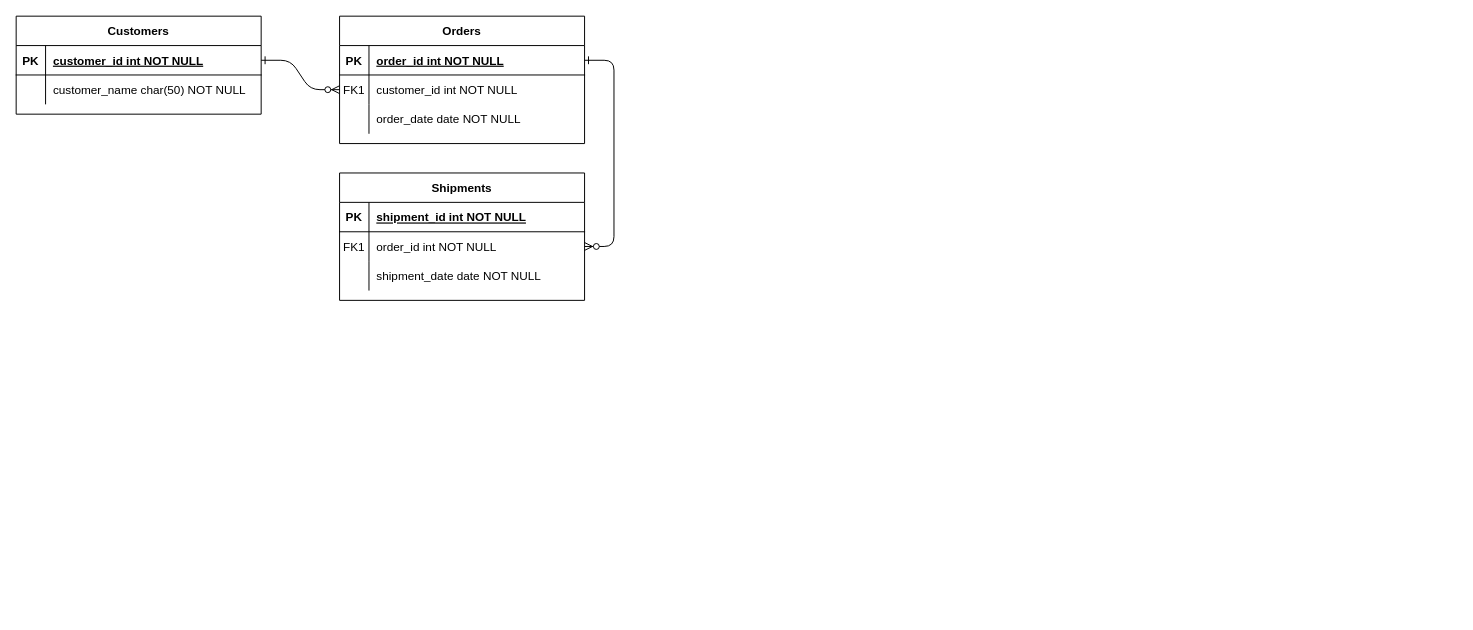
RickChum/web-project keeps this draw.io diagram as Untitled Diagram.drawio. Above is the earlier version. Source tidied: cells renumbered, new cells numbered last; positions are measured from the earlier drawing's top-left corner, leaving out a move shared by most shapes. Both pictures are drawn from the tidied source at 98%, with x=0, y=0 at pixel (16, 16).
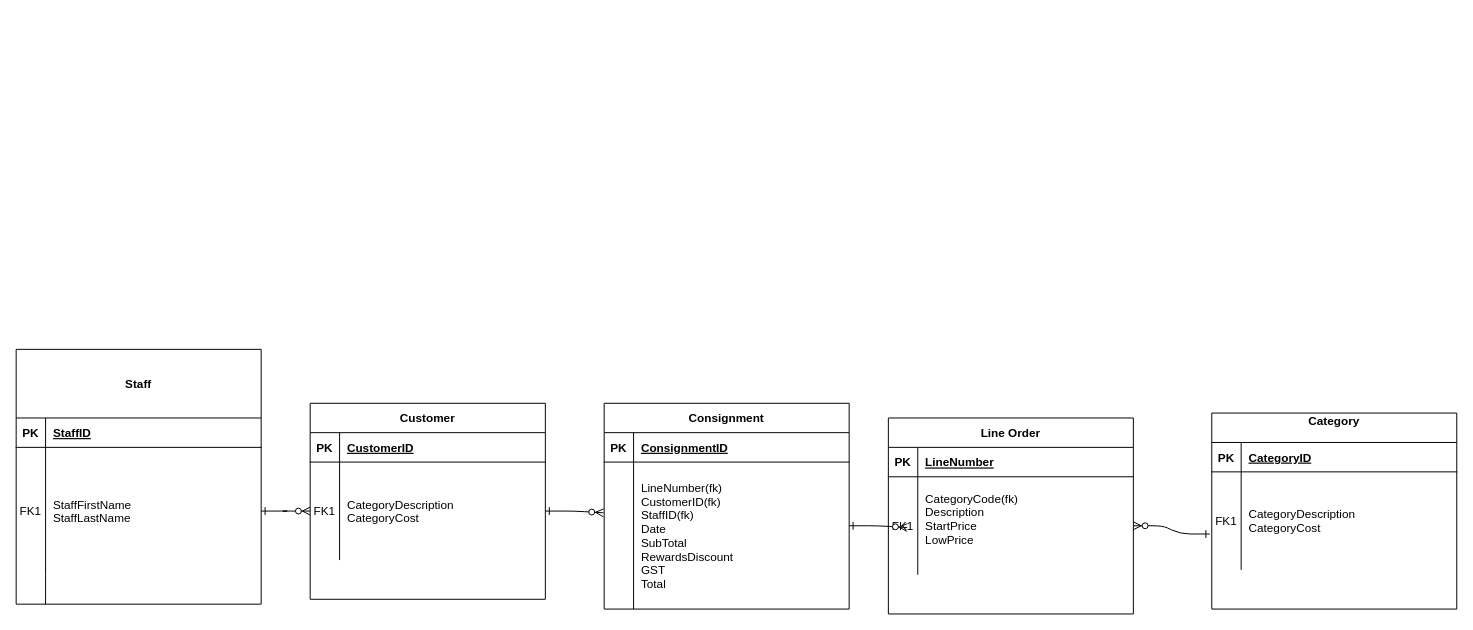
After the change.

The change refers to these unchanged cells:
```xml
<mxCell id="5" style="shape=partialRectangle;fillColor=none;points=[[0,0.5],[1,0.5]];portConstraint=eastwest;top=0;left=0;right=0;bottom=1;" parent="4" vertex="1">
  <mxGeometry y="30" width="250" height="30" as="geometry" />
</mxCell>
<mxCell id="25" style="shape=partialRectangle;fillColor=none;points=[[0,0.5],[1,0.5]];portConstraint=eastwest;top=0;left=0;right=0;bottom=1;" parent="24" vertex="1">
  <mxGeometry y="30" width="250" height="30" as="geometry" />
</mxCell>
```

Diff of the diagram source:
```diff
@@
-    <mxCell id="2" style="edgeStyle=entityRelationEdgeStyle;endArrow=ERzeroToMany;startArrow=ERone;endFill=1;startFill=0;" parent="1" edge="1" source="25" target="8">
+    <mxCell id="2" style="edgeStyle=entityRelationEdgeStyle;endArrow=ERzeroToMany;startArrow=ERone;endFill=1;startFill=0;exitX=1;exitY=0.5;exitDx=0;exitDy=0;entryX=-0.003;entryY=0.345;entryDx=0;entryDy=0;entryPerimeter=0;" parent="1" edge="1" source="42" target="28">
       <mxGeometry relative="1" as="geometry" />
     </mxCell>
-    <mxCell id="3" style="edgeStyle=entityRelationEdgeStyle;endArrow=ERzeroToMany;startArrow=ERone;endFill=1;startFill=0;" parent="1" edge="1" source="5" target="18">
-      <mxGeometry relative="1" as="geometry" />
-    </mxCell>
-    <mxCell id="4" value="Orders" style="shape=table;startSize=30;childLayout=tableLayout;rowLines=0;fontStyle=1;align=center;" parent="1" vertex="1">
-      <mxGeometry x="330" width="250" height="130" as="geometry" />
+    <mxCell id="4" value="Line Order" style="shape=table;startSize=30;childLayout=tableLayout;rowLines=0;fontStyle=1;align=center;" parent="1" vertex="1">
+      <mxGeometry x="890" y="410" width="250" height="200" as="geometry" />
     </mxCell>
@@
-    <mxCell id="7" value="order_id int NOT NULL " style="shape=partialRectangle;overflow=hidden;fillColor=none;top=0;left=0;bottom=0;right=0;align=left;spacingLeft=6;fontStyle=5;" parent="5" vertex="1">
+    <mxCell id="7" value="LineNumber" style="shape=partialRectangle;overflow=hidden;fillColor=none;top=0;left=0;bottom=0;right=0;align=left;spacingLeft=6;fontStyle=5;" parent="5" vertex="1">
       <mxGeometry x="30" width="220" height="30" as="geometry" />
     </mxCell>
     <mxCell id="8" style="shape=partialRectangle;fillColor=none;points=[[0,0.5],[1,0.5]];portConstraint=eastwest;top=0;left=0;right=0;bottom=0;" parent="4" vertex="1">
-      <mxGeometry y="60" width="250" height="30" as="geometry" />
+      <mxGeometry y="60" width="250" height="100" as="geometry" />
     </mxCell>
     <mxCell id="9" value="FK1" style="shape=partialRectangle;overflow=hidden;fillColor=none;top=0;left=0;bottom=0;right=0;" parent="8" vertex="1">
-      <mxGeometry width="30" height="30" as="geometry" />
+      <mxGeometry width="30" height="100" as="geometry" />
     </mxCell>
-    <mxCell id="10" value="customer_id int NOT NULL" style="shape=partialRectangle;overflow=hidden;fillColor=none;top=0;left=0;bottom=0;right=0;align=left;spacingLeft=6;" parent="8" vertex="1">
-      <mxGeometry x="30" width="220" height="30" as="geometry" />
+    <mxCell id="10" value="CategoryCode(fk)&#10;Description&#10;StartPrice&#10;LowPrice&#10;" style="shape=partialRectangle;overflow=hidden;fillColor=none;top=0;left=0;bottom=0;right=0;align=left;spacingLeft=6;" parent="8" vertex="1">
+      <mxGeometry x="30" width="220" height="100" as="geometry" />
     </mxCell>
-    <mxCell id="11" style="shape=partialRectangle;fillColor=none;top=0;left=0;right=0;bottom=0;" parent="4" vertex="1">
-      <mxGeometry y="90" width="250" height="30" as="geometry" />
-    </mxCell>
-    <mxCell id="12" style="shape=partialRectangle;overflow=hidden;fillColor=none;top=0;left=0;bottom=0;right=0;" parent="11" vertex="1">
-      <mxGeometry width="30" height="30" as="geometry" />
-    </mxCell>
-    <mxCell id="13" value="order_date date NOT NULL" style="shape=partialRectangle;overflow=hidden;fillColor=none;top=0;left=0;bottom=0;right=0;align=left;spacingLeft=6;" parent="11" vertex="1">
-      <mxGeometry x="30" width="220" height="30" as="geometry" />
-    </mxCell>
-    <mxCell id="14" value="Shipments" style="shape=table;startSize=30;childLayout=tableLayout;rowLines=0;fontStyle=1;align=center;" parent="1" vertex="1">
-      <mxGeometry x="330" y="160" width="250" height="130" as="geometry" />
+    <mxCell id="14" value="Staff" style="shape=table;startSize=70;childLayout=tableLayout;rowLines=0;fontStyle=1;align=center;" parent="1" vertex="1">
+      <mxGeometry y="340" width="250" height="260" as="geometry" />
     </mxCell>
     <mxCell id="15" style="shape=partialRectangle;fillColor=none;top=0;left=0;right=0;bottom=1;" parent="14" vertex="1">
-      <mxGeometry y="30" width="250" height="30" as="geometry" />
+      <mxGeometry y="70" width="250" height="30" as="geometry" />
     </mxCell>
@@
-    <mxCell id="17" value="shipment_id int NOT NULL " style="shape=partialRectangle;overflow=hidden;fillColor=none;top=0;left=0;bottom=0;right=0;align=left;spacingLeft=6;fontStyle=5;" parent="15" vertex="1">
+    <mxCell id="17" value="StaffID" style="shape=partialRectangle;overflow=hidden;fillColor=none;top=0;left=0;bottom=0;right=0;align=left;spacingLeft=6;fontStyle=5;" parent="15" vertex="1">
       <mxGeometry x="30" width="220" height="30" as="geometry" />
     </mxCell>
     <mxCell id="18" style="shape=partialRectangle;fillColor=none;points=[[0,0.5],[1,0.5]];portConstraint=eastwest;top=0;left=0;right=0;bottom=0;" parent="14" vertex="1">
-      <mxGeometry y="60" width="250" height="30" as="geometry" />
+      <mxGeometry y="100" width="250" height="130" as="geometry" />
     </mxCell>
     <mxCell id="19" value="FK1" style="shape=partialRectangle;overflow=hidden;fillColor=none;top=0;left=0;bottom=0;right=0;" parent="18" vertex="1">
-      <mxGeometry width="30" height="30" as="geometry" />
+      <mxGeometry width="30" height="130" as="geometry" />
     </mxCell>
-    <mxCell id="20" value="order_id int NOT NULL" style="shape=partialRectangle;overflow=hidden;fillColor=none;top=0;left=0;bottom=0;right=0;align=left;spacingLeft=6;" parent="18" vertex="1">
-      <mxGeometry x="30" width="220" height="30" as="geometry" />
+    <mxCell id="20" value="StaffFirstName&#10;StaffLastName" style="shape=partialRectangle;overflow=hidden;fillColor=none;top=0;left=0;bottom=0;right=0;align=left;spacingLeft=6;" parent="18" vertex="1">
+      <mxGeometry x="30" width="220" height="130" as="geometry" />
     </mxCell>
     <mxCell id="21" style="shape=partialRectangle;fillColor=none;top=0;left=0;right=0;bottom=0;" parent="14" vertex="1">
-      <mxGeometry y="90" width="250" height="30" as="geometry" />
+      <mxGeometry y="230" width="250" height="30" as="geometry" />
     </mxCell>
@@
-    <mxCell id="23" value="shipment_date date NOT NULL" style="shape=partialRectangle;overflow=hidden;fillColor=none;top=0;left=0;bottom=0;right=0;align=left;spacingLeft=6;" parent="21" vertex="1">
+    <mxCell id="23" style="shape=partialRectangle;overflow=hidden;fillColor=none;top=0;left=0;bottom=0;right=0;align=left;spacingLeft=6;" parent="21" vertex="1">
       <mxGeometry x="30" width="220" height="30" as="geometry" />
     </mxCell>
-    <mxCell id="24" value="Customers" style="shape=table;startSize=30;childLayout=tableLayout;rowLines=0;fontStyle=1;align=center;" parent="1" vertex="1">
-      <mxGeometry width="250" height="100" as="geometry" />
+    <mxCell id="24" value="Consignment" style="shape=table;startSize=30;childLayout=tableLayout;rowLines=0;fontStyle=1;align=center;" parent="1" vertex="1">
+      <mxGeometry x="600" y="395" width="250" height="210" as="geometry" />
     </mxCell>
@@
-    <mxCell id="27" value="customer_id int NOT NULL " style="shape=partialRectangle;overflow=hidden;fillColor=none;top=0;left=0;bottom=0;right=0;align=left;spacingLeft=6;fontStyle=5;" parent="25" vertex="1">
+    <mxCell id="27" value="ConsignmentID" style="shape=partialRectangle;overflow=hidden;fillColor=none;top=0;left=0;bottom=0;right=0;align=left;spacingLeft=6;fontStyle=5;" parent="25" vertex="1">
       <mxGeometry x="30" width="220" height="30" as="geometry" />
     </mxCell>
     <mxCell id="28" style="shape=partialRectangle;fillColor=none;points=[[0,0.5],[1,0.5]];portConstraint=eastwest;top=0;left=0;right=0;bottom=0;" parent="24" vertex="1">
-      <mxGeometry y="60" width="250" height="30" as="geometry" />
+      <mxGeometry y="60" width="250" height="150" as="geometry" />
     </mxCell>
     <mxCell id="29" style="shape=partialRectangle;overflow=hidden;fillColor=none;top=0;left=0;bottom=0;right=0;" parent="28" vertex="1">
-      <mxGeometry width="30" height="30" as="geometry" />
+      <mxGeometry width="30" height="150" as="geometry" />
     </mxCell>
-    <mxCell id="30" value="customer_name char(50) NOT NULL" style="shape=partialRectangle;overflow=hidden;fillColor=none;top=0;left=0;bottom=0;right=0;align=left;spacingLeft=6;" parent="28" vertex="1">
-      <mxGeometry x="30" width="220" height="30" as="geometry" />
+    <mxCell id="30" value="LineNumber(fk)&#10;CustomerID(fk)&#10;StaffID(fk)&#10;Date&#10;SubTotal&#10;RewardsDiscount&#10;GST&#10;Total" style="shape=partialRectangle;overflow=hidden;fillColor=none;top=0;left=0;bottom=0;right=0;align=left;spacingLeft=6;" parent="28" vertex="1">
+      <mxGeometry x="30" width="220" height="150" as="geometry" />
     </mxCell>
+    <mxCell id="31" value="Category&#10;" style="shape=table;startSize=30;childLayout=tableLayout;rowLines=0;fontStyle=1;align=center;" parent="1" vertex="1">
+      <mxGeometry x="1220" y="405" width="250" height="200" as="geometry" />
+    </mxCell>
+    <mxCell id="32" style="shape=partialRectangle;fillColor=none;top=0;left=0;right=0;bottom=1;" parent="31" vertex="1">
+      <mxGeometry y="30" width="250" height="30" as="geometry" />
+    </mxCell>
+    <mxCell id="33" value="PK" style="shape=partialRectangle;overflow=hidden;fillColor=none;top=0;left=0;bottom=0;right=0;fontStyle=1;" parent="32" vertex="1">
+      <mxGeometry width="30" height="30" as="geometry" />
+    </mxCell>
+    <mxCell id="34" value="CategoryID" style="shape=partialRectangle;overflow=hidden;fillColor=none;top=0;left=0;bottom=0;right=0;align=left;spacingLeft=6;fontStyle=5;" parent="32" vertex="1">
+      <mxGeometry x="30" width="220" height="30" as="geometry" />
+    </mxCell>
+    <mxCell id="35" style="shape=partialRectangle;fillColor=none;points=[[0,0.5],[1,0.5]];portConstraint=eastwest;top=0;left=0;right=0;bottom=0;" parent="31" vertex="1">
+      <mxGeometry y="60" width="250" height="100" as="geometry" />
+    </mxCell>
+    <mxCell id="36" value="FK1" style="shape=partialRectangle;overflow=hidden;fillColor=none;top=0;left=0;bottom=0;right=0;" parent="35" vertex="1">
+      <mxGeometry width="30" height="100" as="geometry" />
+    </mxCell>
+    <mxCell id="37" value="CategoryDescription&#10;CategoryCost" style="shape=partialRectangle;overflow=hidden;fillColor=none;top=0;left=0;bottom=0;right=0;align=left;spacingLeft=6;" parent="35" vertex="1">
+      <mxGeometry x="30" width="220" height="100" as="geometry" />
+    </mxCell>
+    <mxCell id="38" value="Customer" style="shape=table;startSize=30;childLayout=tableLayout;rowLines=0;fontStyle=1;align=center;" parent="1" vertex="1">
+      <mxGeometry x="300" y="395" width="240" height="200" as="geometry" />
+    </mxCell>
+    <mxCell id="39" style="shape=partialRectangle;fillColor=none;top=0;left=0;right=0;bottom=1;" parent="38" vertex="1">
+      <mxGeometry y="30" width="240" height="30" as="geometry" />
+    </mxCell>
+    <mxCell id="40" value="PK" style="shape=partialRectangle;overflow=hidden;fillColor=none;top=0;left=0;bottom=0;right=0;fontStyle=1;" parent="39" vertex="1">
+      <mxGeometry width="30" height="30" as="geometry" />
+    </mxCell>
+    <mxCell id="41" value="CustomerID" style="shape=partialRectangle;overflow=hidden;fillColor=none;top=0;left=0;bottom=0;right=0;align=left;spacingLeft=6;fontStyle=5;" parent="39" vertex="1">
+      <mxGeometry x="30" width="210" height="30" as="geometry" />
+    </mxCell>
+    <mxCell id="42" style="shape=partialRectangle;fillColor=none;points=[[0,0.5],[1,0.5]];portConstraint=eastwest;top=0;left=0;right=0;bottom=0;" parent="38" vertex="1">
+      <mxGeometry y="60" width="240" height="100" as="geometry" />
+    </mxCell>
+    <mxCell id="43" value="FK1" style="shape=partialRectangle;overflow=hidden;fillColor=none;top=0;left=0;bottom=0;right=0;" parent="42" vertex="1">
+      <mxGeometry width="30" height="100" as="geometry" />
+    </mxCell>
+    <mxCell id="44" value="CategoryDescription&#10;CategoryCost" style="shape=partialRectangle;overflow=hidden;fillColor=none;top=0;left=0;bottom=0;right=0;align=left;spacingLeft=6;" parent="42" vertex="1">
+      <mxGeometry x="30" width="210" height="100" as="geometry" />
+    </mxCell>
+    <mxCell id="3" style="edgeStyle=entityRelationEdgeStyle;endArrow=ERzeroToMany;startArrow=ERone;endFill=1;startFill=0;entryX=0;entryY=0.5;entryDx=0;entryDy=0;exitX=1;exitY=0.5;exitDx=0;exitDy=0;" parent="1" edge="1" source="18" target="42">
+      <mxGeometry relative="1" as="geometry" />
+    </mxCell>
+    <mxCell id="45" style="edgeStyle=entityRelationEdgeStyle;endArrow=ERzeroToMany;startArrow=ERone;endFill=1;startFill=0;exitX=1;exitY=0.5;exitDx=0;exitDy=0;entryX=-0.003;entryY=0.345;entryDx=0;entryDy=0;entryPerimeter=0;" parent="1" edge="1">
+      <mxGeometry relative="1" as="geometry">
+        <mxPoint x="850" y="520" as="sourcePoint" />
+        <mxPoint x="909.2" y="521.8" as="targetPoint" />
+      </mxGeometry>
+    </mxCell>
+    <mxCell id="46" style="edgeStyle=entityRelationEdgeStyle;endArrow=ERzeroToMany;startArrow=ERone;endFill=1;startFill=0;exitX=-0.008;exitY=0.634;exitDx=0;exitDy=0;entryX=1;entryY=0.5;entryDx=0;entryDy=0;exitPerimeter=0;" parent="1" edge="1" source="35" target="8">
+      <mxGeometry relative="1" as="geometry" />
+    </mxCell>
```
